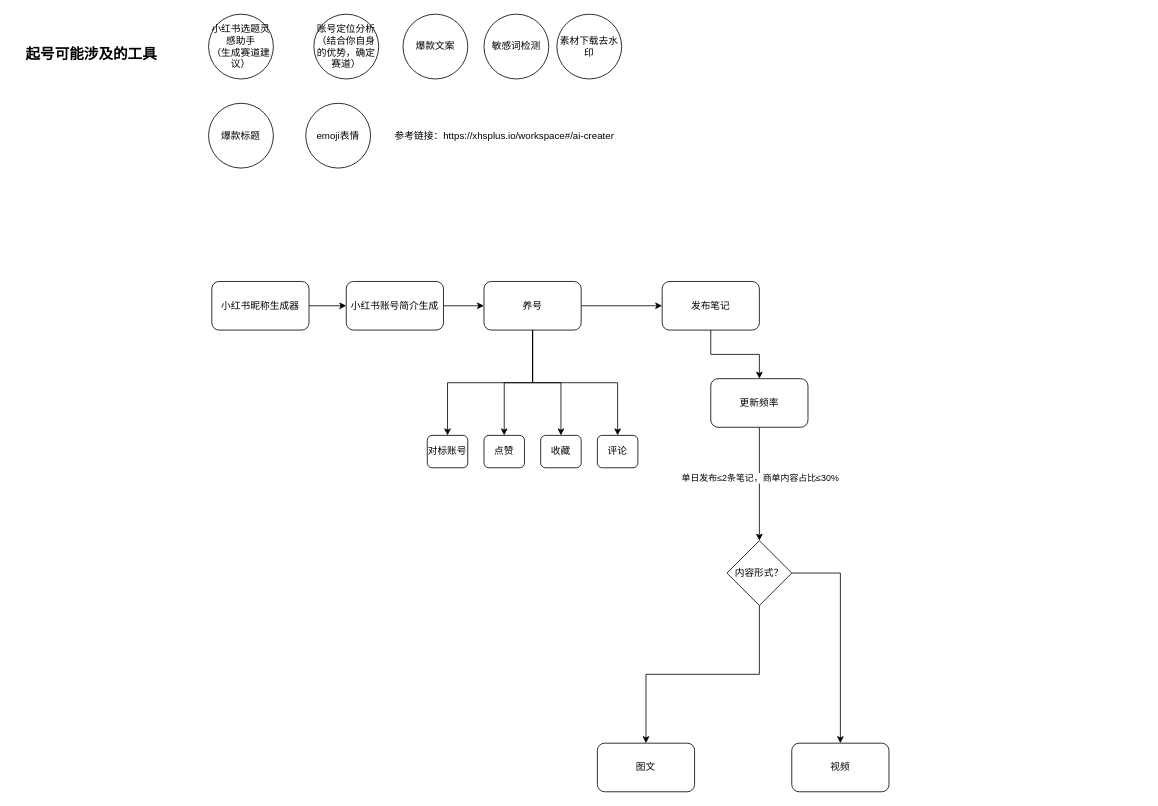
The draw.io diagram 小红书.drawio in wanglongsxr/drawio, before the edit. Source tidied: cells renumbered, new cells numbered last; positions are measured from the earlier drawing's top-left corner, leaving out a move shared by most shapes. Both pictures are drawn from the tidied source at 81%, with x=0, y=0 at pixel (14, 14).
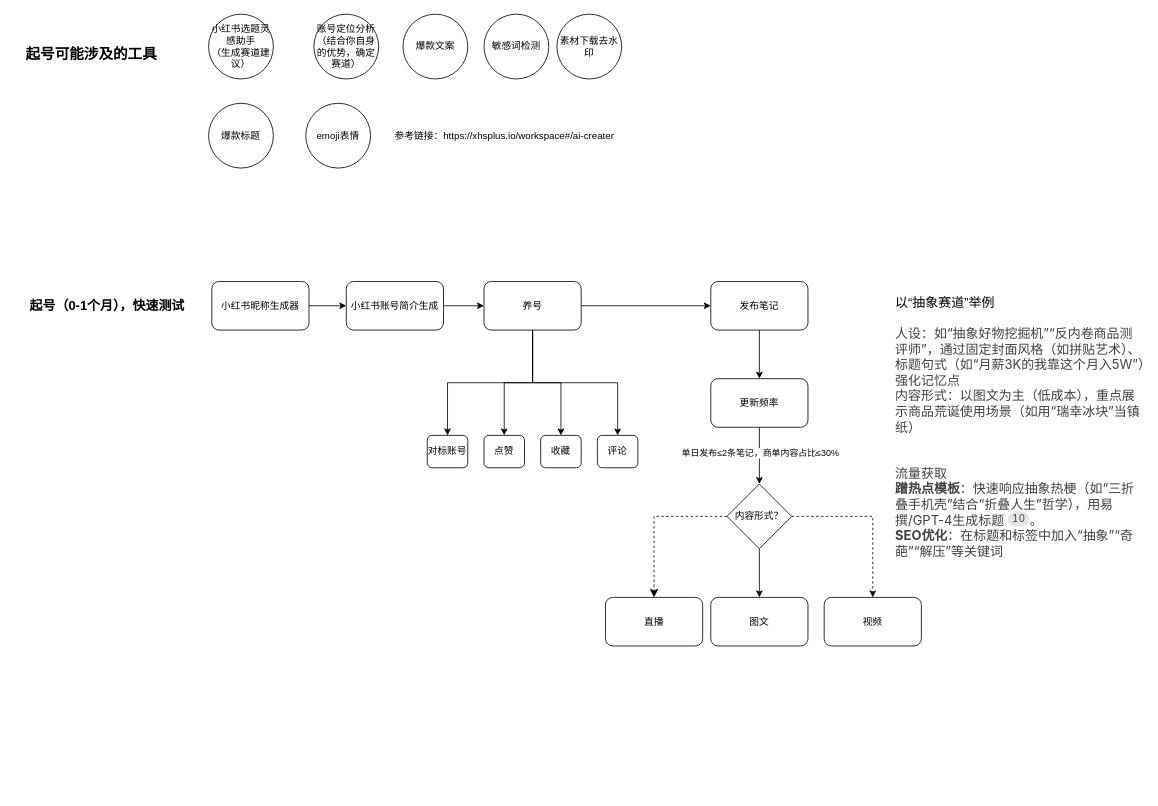
After the change.

Commit message (it also covers changes not shown here):
更新小红书.drawio

The edit, as a diff of the source:
```diff
@@
-    <mxCell id="16" style="edgeStyle=orthogonalEdgeStyle;rounded=0;jettySize=auto;html=1;exitX=1;exitY=0.5;exitDx=0;exitDy=0;" parent="1" edge="1" source="17" target="19">
+    <mxCell id="16" style="edgeStyle=orthogonalEdgeStyle;rounded=0;jettySize=auto;html=1;exitX=1;exitY=0.5;exitDx=0;exitDy=0;dashed=1;" parent="1" edge="1" source="17" target="19">
       <mxGeometry relative="1" as="geometry" />
     </mxCell>
+    <mxCell id="35" style="edgeStyle=orthogonalEdgeStyle;rounded=0;jettySize=auto;html=1;exitX=0;exitY=0.5;exitDx=0;exitDy=0;entryX=0.5;entryY=0;entryDx=0;entryDy=0;fontSize=12;startSize=8;endSize=8;dashed=1;" parent="1" edge="1" source="17" target="36">
+      <mxGeometry relative="1" as="geometry" />
+    </mxCell>
     <mxCell id="17" value="内容形式？" style="rhombus;whiteSpace=wrap;html=1;" parent="1" vertex="1">
-      <mxGeometry x="880" y="650" width="80" height="80" as="geometry" />
+      <mxGeometry x="880" y="580" width="80" height="80" as="geometry" />
     </mxCell>
     <mxCell id="18" value="图文" style="rounded=1;whiteSpace=wrap;html=1;" parent="1" vertex="1">
-      <mxGeometry x="720" y="900" width="120" height="60" as="geometry" />
+      <mxGeometry x="860" y="720" width="120" height="60" as="geometry" />
     </mxCell>
     <mxCell id="19" value="视频" style="rounded=1;whiteSpace=wrap;html=1;" parent="1" vertex="1">
-      <mxGeometry x="960" y="900" width="120" height="60" as="geometry" />
+      <mxGeometry x="1000" y="720" width="120" height="60" as="geometry" />
     </mxCell>
@@
     <mxCell id="27" value="发布笔记" style="whiteSpace=wrap;html=1;rounded=1;" parent="1" vertex="1">
-      <mxGeometry x="800" y="330" width="120" height="60" as="geometry" />
+      <mxGeometry x="860" y="330" width="120" height="60" as="geometry" />
     </mxCell>
@@
+    <mxCell id="36" value="直播" style="rounded=1;whiteSpace=wrap;html=1;" parent="1" vertex="1">
+      <mxGeometry x="730" y="720" width="120" height="60" as="geometry" />
+    </mxCell>
+    <mxCell id="37" value="&lt;div&gt;以“抽象赛道”举例&lt;/div&gt;&lt;div&gt;&lt;br&gt;&lt;/div&gt;&lt;span style=&quot;color: rgb(64, 64, 64); font-family: DeepSeek-CJK-patch, Inter, system-ui, -apple-system, BlinkMacSystemFont, &amp;quot;Segoe UI&amp;quot;, Roboto, &amp;quot;Noto Sans&amp;quot;, Ubuntu, Cantarell, &amp;quot;Helvetica Neue&amp;quot;, Oxygen, &amp;quot;Open Sans&amp;quot;, sans-serif; font-size: 16.002px; background-color: rgb(255, 255, 255);&quot;&gt;人设：如“抽象好物挖掘机”“反内卷商品测评师”，通过固定封面风格（如拼贴艺术）、标题句式（如“月薪3K的我靠这个月入5W”）强化记忆点&lt;/span&gt;&lt;div&gt;&lt;font face=&quot;DeepSeek-CJK-patch, Inter, system-ui, -apple-system, BlinkMacSystemFont, Segoe UI, Roboto, Noto Sans, Ubuntu, Cantarell, Helvetica Neue, Oxygen, Open Sans, sans-serif&quot; color=&quot;#404040&quot;&gt;&lt;span style=&quot;font-size: 16.002px; background-color: rgb(255, 255, 255);&quot;&gt;内容形式：&lt;/span&gt;&lt;/font&gt;&lt;span style=&quot;background-color: rgb(255, 255, 255); color: rgb(64, 64, 64); font-family: DeepSeek-CJK-patch, Inter, system-ui, -apple-system, BlinkMacSystemFont, &amp;quot;Segoe UI&amp;quot;, Roboto, &amp;quot;Noto Sans&amp;quot;, Ubuntu, Cantarell, &amp;quot;Helvetica Neue&amp;quot;, Oxygen, &amp;quot;Open Sans&amp;quot;, sans-serif; font-size: 16.002px;&quot;&gt;以图文为主（低成本），重点展示商品荒诞使用场景（如用“瑞幸冰块”当镇纸）&lt;/span&gt;&lt;/div&gt;&lt;div&gt;&lt;span style=&quot;background-color: rgb(255, 255, 255); color: rgb(64, 64, 64); font-family: DeepSeek-CJK-patch, Inter, system-ui, -apple-system, BlinkMacSystemFont, &amp;quot;Segoe UI&amp;quot;, Roboto, &amp;quot;Noto Sans&amp;quot;, Ubuntu, Cantarell, &amp;quot;Helvetica Neue&amp;quot;, Oxygen, &amp;quot;Open Sans&amp;quot;, sans-serif; font-size: 16.002px;&quot;&gt;&lt;br&gt;&lt;/span&gt;&lt;/div&gt;&lt;div&gt;&lt;span style=&quot;background-color: rgb(255, 255, 255); color: rgb(64, 64, 64); font-family: DeepSeek-CJK-patch, Inter, system-ui, -apple-system, BlinkMacSystemFont, &amp;quot;Segoe UI&amp;quot;, Roboto, &amp;quot;Noto Sans&amp;quot;, Ubuntu, Cantarell, &amp;quot;Helvetica Neue&amp;quot;, Oxygen, &amp;quot;Open Sans&amp;quot;, sans-serif; font-size: 16.002px;&quot;&gt;&lt;br&gt;&lt;/span&gt;&lt;/div&gt;&lt;div&gt;&lt;span style=&quot;background-color: rgb(255, 255, 255); color: rgb(64, 64, 64); font-family: DeepSeek-CJK-patch, Inter, system-ui, -apple-system, BlinkMacSystemFont, &amp;quot;Segoe UI&amp;quot;, Roboto, &amp;quot;Noto Sans&amp;quot;, Ubuntu, Cantarell, &amp;quot;Helvetica Neue&amp;quot;, Oxygen, &amp;quot;Open Sans&amp;quot;, sans-serif; font-size: 16.002px;&quot;&gt;流量获取&lt;/span&gt;&lt;/div&gt;&lt;div&gt;&lt;strong style=&quot;font-size: 16.002px; background-color: rgb(255, 255, 255); color: rgb(64, 64, 64); font-family: DeepSeek-CJK-patch, Inter, system-ui, -apple-system, BlinkMacSystemFont, &amp;quot;Segoe UI&amp;quot;, Roboto, &amp;quot;Noto Sans&amp;quot;, Ubuntu, Cantarell, &amp;quot;Helvetica Neue&amp;quot;, Oxygen, &amp;quot;Open Sans&amp;quot;, sans-serif;&quot;&gt;蹭热点模板&lt;/strong&gt;&lt;span style=&quot;font-size: 16.002px; background-color: rgb(255, 255, 255); color: rgb(64, 64, 64); font-family: DeepSeek-CJK-patch, Inter, system-ui, -apple-system, BlinkMacSystemFont, &amp;quot;Segoe UI&amp;quot;, Roboto, &amp;quot;Noto Sans&amp;quot;, Ubuntu, Cantarell, &amp;quot;Helvetica Neue&amp;quot;, Oxygen, &amp;quot;Open Sans&amp;quot;, sans-serif;&quot;&gt;：快速响应抽象热梗（如“三折叠手机壳”结合“折叠人生”哲学），用易撰/GPT-4生成标题&lt;/span&gt;&lt;span style=&quot;color: rgb(64, 64, 64); font-family: DeepSeek-CJK-patch, Inter, system-ui, -apple-system, BlinkMacSystemFont, &amp;quot;Segoe UI&amp;quot;, Roboto, &amp;quot;Noto Sans&amp;quot;, Ubuntu, Cantarell, &amp;quot;Helvetica Neue&amp;quot;, Oxygen, &amp;quot;Open Sans&amp;quot;, sans-serif; vertical-align: middle; font-variant-numeric: tabular-nums; font-variant-east-asian: normal; box-sizing: border-box; cursor: pointer; background: rgb(229, 229, 229); border-radius: 9px; flex-shrink: 0; justify-content: center; align-items: center; height: 18px; margin-left: 4px; padding: 0px 6px; font-size: 12px; display: inline-flex; position: relative; top: -2px;&quot; class=&quot;ds-markdown-cite&quot;&gt;10&lt;/span&gt;&lt;span style=&quot;font-size: 16.002px; background-color: rgb(255, 255, 255); color: rgb(64, 64, 64); font-family: DeepSeek-CJK-patch, Inter, system-ui, -apple-system, BlinkMacSystemFont, &amp;quot;Segoe UI&amp;quot;, Roboto, &amp;quot;Noto Sans&amp;quot;, Ubuntu, Cantarell, &amp;quot;Helvetica Neue&amp;quot;, Oxygen, &amp;quot;Open Sans&amp;quot;, sans-serif;&quot;&gt;。&lt;/span&gt;&lt;/div&gt;&lt;div&gt;&lt;strong style=&quot;font-size: 16.002px; background-color: rgb(255, 255, 255); color: rgb(64, 64, 64); font-family: DeepSeek-CJK-patch, Inter, system-ui, -apple-system, BlinkMacSystemFont, &amp;quot;Segoe UI&amp;quot;, Roboto, &amp;quot;Noto Sans&amp;quot;, Ubuntu, Cantarell, &amp;quot;Helvetica Neue&amp;quot;, Oxygen, &amp;quot;Open Sans&amp;quot;, sans-serif;&quot;&gt;SEO优化&lt;/strong&gt;&lt;span style=&quot;font-size: 16.002px; background-color: rgb(255, 255, 255); color: rgb(64, 64, 64); font-family: DeepSeek-CJK-patch, Inter, system-ui, -apple-system, BlinkMacSystemFont, &amp;quot;Segoe UI&amp;quot;, Roboto, &amp;quot;Noto Sans&amp;quot;, Ubuntu, Cantarell, &amp;quot;Helvetica Neue&amp;quot;, Oxygen, &amp;quot;Open Sans&amp;quot;, sans-serif;&quot;&gt;：在标题和标签中加入“抽象”“奇葩”“解压”等关键词&lt;/span&gt;&lt;/div&gt;" style="text;strokeColor=none;fillColor=none;html=1;align=left;verticalAlign=top;whiteSpace=wrap;rounded=0;fontSize=16;" parent="1" vertex="1">
+      <mxGeometry x="1086" y="340" width="310" height="360" as="geometry" />
+    </mxCell>
+    <mxCell id="38" value="&lt;b&gt;起号（0-1个月），快速测试&lt;/b&gt;" style="text;strokeColor=none;fillColor=none;html=1;align=center;verticalAlign=middle;whiteSpace=wrap;rounded=0;fontSize=16;" parent="1" vertex="1">
+      <mxGeometry x="10" y="345" width="210" height="30" as="geometry" />
+    </mxCell>
```
